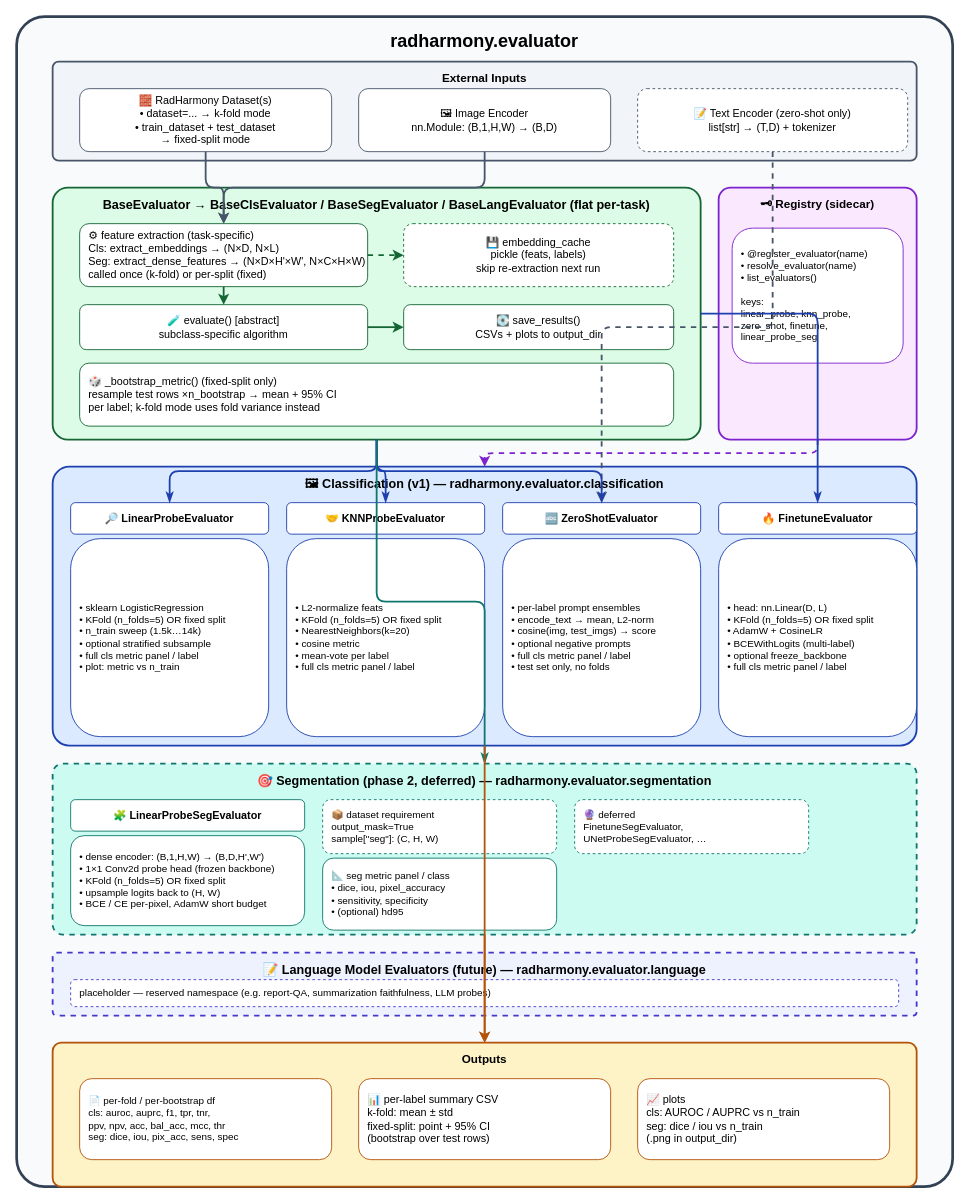
Earlier version of the draw.io diagram docs/figs/evaluator_architecture.drawio (f10409/RadHarmony). Source tidied: cells renumbered, new cells numbered last; positions are measured from the earlier drawing's top-left corner, leaving out a move shared by most shapes. Both pictures are drawn from the tidied source at 90%, with x=0, y=0 at pixel (16, 16).
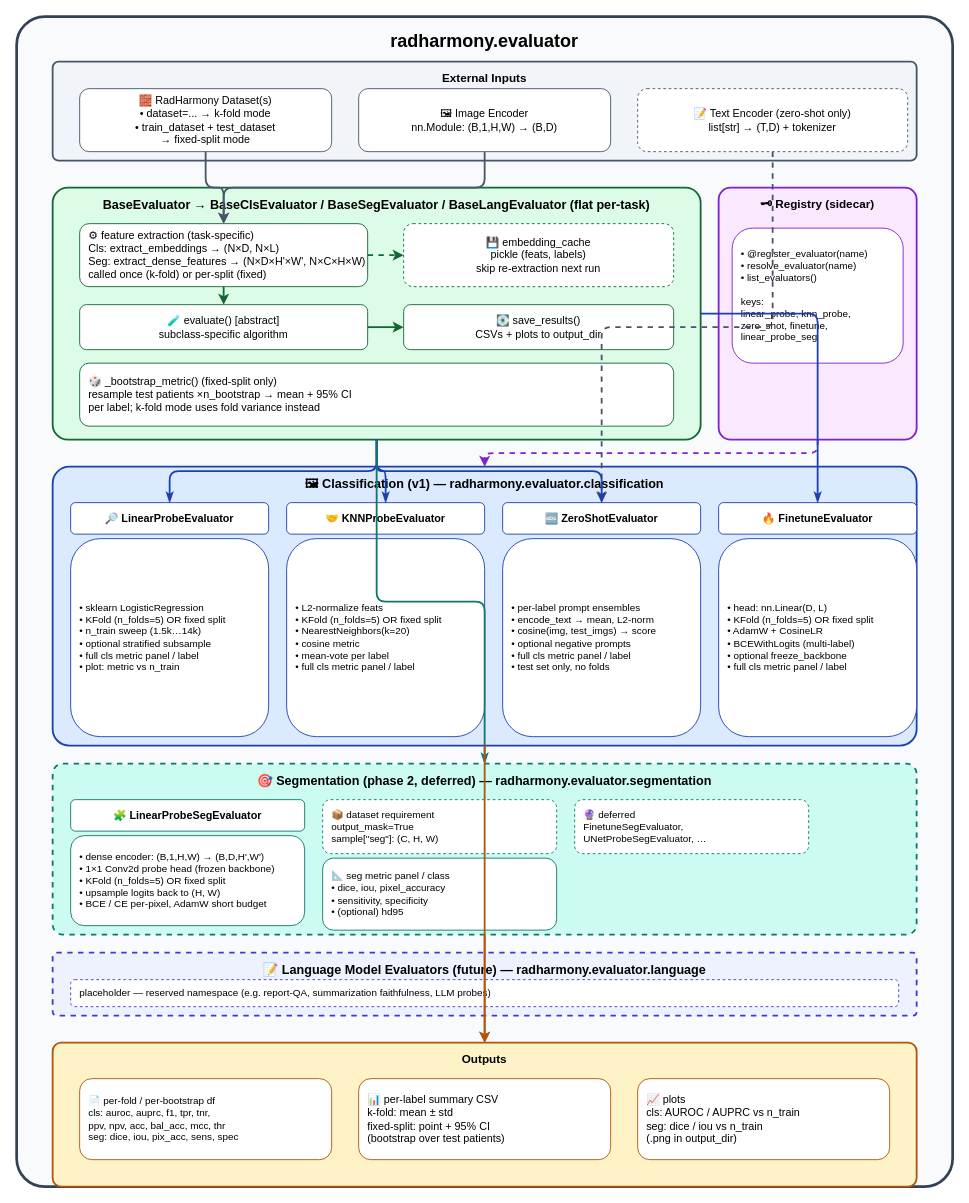
The same diagram, later.

Diff of the diagram source:
```diff
@@
-    <mxCell id="12" value="🎲 _bootstrap_metric()  (fixed-split only)&#10;resample test rows ×n_bootstrap → mean + 95% CI&#10;per label; k-fold mode uses fold variance instead" style="rounded=1;whiteSpace=wrap;html=1;fillColor=#ffffff;strokeColor=#166534;fontSize=12;align=left;spacingLeft=8;" parent="1" vertex="1">
+    <mxCell id="12" value="🎲 _bootstrap_metric()  (fixed-split only)&#10;resample test patients ×n_bootstrap → mean + 95% CI&#10;per label; k-fold mode uses fold variance instead" style="rounded=1;whiteSpace=wrap;html=1;fillColor=#ffffff;strokeColor=#166534;fontSize=12;align=left;spacingLeft=8;" parent="1" vertex="1">
       <mxGeometry x="70" y="385" width="660" height="70" as="geometry" />
     </mxCell>
@@
-    <mxCell id="34" value="📊 per-label summary CSV&#10;k-fold: mean ± std&#10;fixed-split: point + 95% CI&#10;(bootstrap over test rows)" style="rounded=1;whiteSpace=wrap;html=1;fillColor=#ffffff;strokeColor=#b45309;fontSize=12;align=left;spacingLeft=8;" parent="1" vertex="1">
+    <mxCell id="34" value="📊 per-label summary CSV&#10;k-fold: mean ± std&#10;fixed-split: point + 95% CI&#10;(bootstrap over test patients)" style="rounded=1;whiteSpace=wrap;html=1;fillColor=#ffffff;strokeColor=#b45309;fontSize=12;align=left;spacingLeft=8;" parent="1" vertex="1">
       <mxGeometry x="380" y="1180" width="280" height="90" as="geometry" />
     </mxCell>
```
